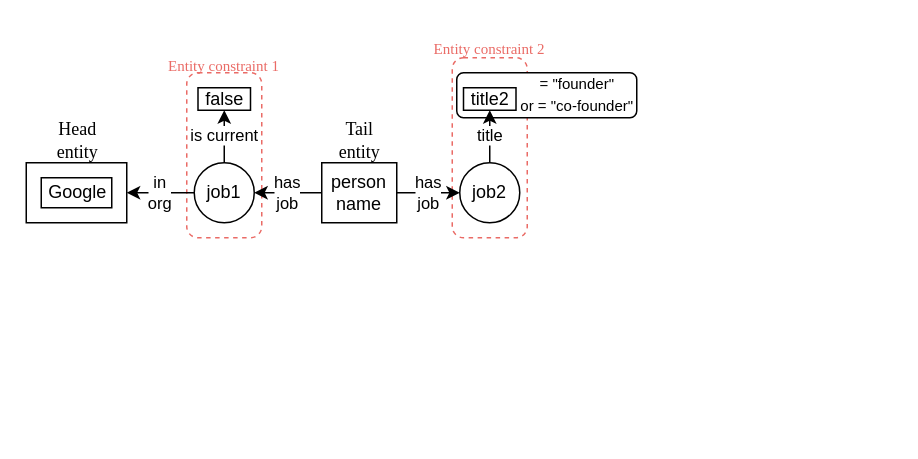
Before: complexExample.drawio in SilvesterYu/FinQA_Vis, a draw.io diagram. Source tidied: cells renumbered, new cells numbered last; positions are measured from the earlier drawing's top-left corner, leaving out a move shared by most shapes. Both pictures are drawn from the tidied source at 150%, with x=0, y=0 at pixel (26, 26).
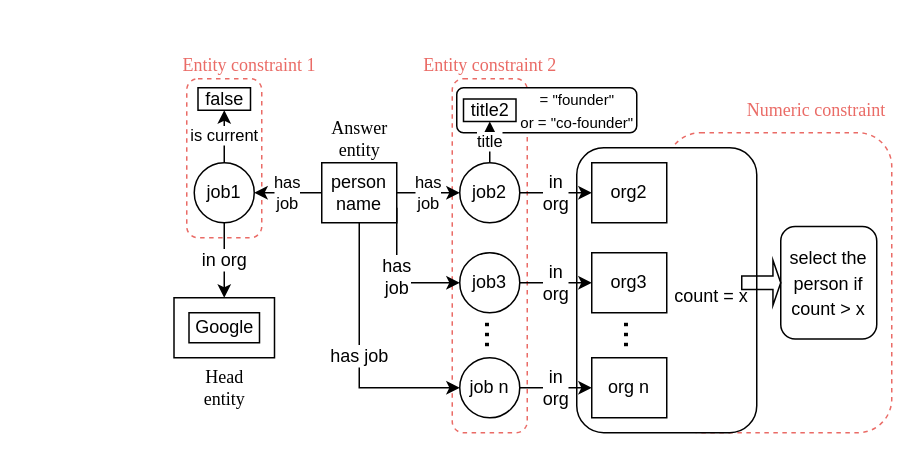
The same page after the edit.

The change refers to these unchanged cells:
```xml
<mxCell id="10" value="&lt;font face=&quot;Helvetica&quot;&gt;job1&lt;/font&gt;" style="ellipse;whiteSpace=wrap;html=1;fontFamily=Times New Roman;" parent="1" vertex="1">
  <mxGeometry x="112" y="91" width="40" height="40" as="geometry" />
</mxCell>
<mxCell id="13" value="person&lt;br&gt;name" style="rounded=0;whiteSpace=wrap;html=1;fontFamily=Helvetica;" parent="1" vertex="1">
  <mxGeometry x="197" y="91" width="50" height="40" as="geometry" />
</mxCell>
<mxCell id="15" value="false" style="rounded=0;whiteSpace=wrap;html=1;fontFamily=Helvetica;" parent="1" vertex="1">
  <mxGeometry x="114.5" y="41" width="35" height="15" as="geometry" />
</mxCell>
<mxCell id="17" value="&lt;font face=&quot;Helvetica&quot;&gt;job2&lt;/font&gt;" style="ellipse;whiteSpace=wrap;html=1;fontFamily=Times New Roman;" parent="1" vertex="1">
  <mxGeometry x="289" y="91" width="40" height="40" as="geometry" />
</mxCell>
```

Change to the diagram source:
```diff
@@
+    <mxCell id="22" style="rounded=1;whiteSpace=wrap;html=1;fontFamily=Helvetica;fontSize=10;dashed=1;strokeColor=#EA6B66;" parent="1" vertex="1">
+      <mxGeometry x="427" y="71" width="150" height="200" as="geometry" />
+    </mxCell>
+    <mxCell id="23" style="rounded=1;whiteSpace=wrap;html=1;strokeColor=#000000;fontFamily=Helvetica;fontSize=24;fontColor=#000000;" parent="1" vertex="1">
+      <mxGeometry x="367" y="81" width="120" height="190" as="geometry" />
+    </mxCell>
     <mxCell id="2" style="rounded=1;whiteSpace=wrap;html=1;fontFamily=Helvetica;fontSize=10;dashed=1;strokeColor=#EA6B66;" parent="1" vertex="1">
-      <mxGeometry x="284" y="21" width="50" height="120" as="geometry" />
+      <mxGeometry x="284" y="35" width="50" height="236" as="geometry" />
     </mxCell>
     <mxCell id="3" style="rounded=1;whiteSpace=wrap;html=1;fontFamily=Helvetica;fontSize=10;dashed=1;strokeColor=#EA6B66;" parent="1" vertex="1">
-      <mxGeometry x="107" y="31" width="50" height="110" as="geometry" />
+      <mxGeometry x="107" y="35" width="50" height="106" as="geometry" />
     </mxCell>
     <mxCell id="4" style="rounded=1;whiteSpace=wrap;html=1;fontFamily=Helvetica;" parent="1" vertex="1">
-      <mxGeometry x="287" y="31" width="120" height="30" as="geometry" />
+      <mxGeometry x="287" y="41" width="120" height="30" as="geometry" />
     </mxCell>
     <mxCell id="5" style="verticalLabelPosition=bottom;verticalAlign=top;html=1;shape=mxgraph.basic.frame;dx=10;whiteSpace=wrap;fontSize=14;fontColor=#000000;" parent="1" vertex="1">
-      <mxGeometry y="91" width="67" height="40" as="geometry" />
+      <mxGeometry x="98.5" y="181" width="67" height="40" as="geometry" />
     </mxCell>
     <mxCell id="6" value="Google" style="text;html=1;align=center;verticalAlign=middle;strokeColor=none;fillColor=none;" parent="1" vertex="1">
-      <mxGeometry x="3.5" y="96" width="60" height="30" as="geometry" />
+      <mxGeometry x="102" y="186" width="60" height="30" as="geometry" />
     </mxCell>
     <mxCell id="7" value="&lt;font face=&quot;Times New Roman&quot;&gt;Head&lt;br&gt;entity&lt;/font&gt;" style="text;html=1;align=center;verticalAlign=middle;strokeColor=none;fillColor=none;" parent="1" vertex="1">
-      <mxGeometry x="8.5" y="56" width="50" height="40" as="geometry" />
+      <mxGeometry x="107" y="221" width="50" height="40" as="geometry" />
     </mxCell>
+    <mxCell id="9" value="is current" style="edgeStyle=orthogonalEdgeStyle;rounded=0;jettySize=auto;html=1;exitX=0.5;exitY=0;exitDx=0;exitDy=0;entryX=0.5;entryY=1;entryDx=0;entryDy=0;fontFamily=Helvetica;" parent="1" edge="1" source="10" target="15">
+      <mxGeometry relative="1" as="geometry" />
+    </mxCell>
-    <mxCell id="8" value="in&lt;br&gt;org" style="edgeStyle=orthogonalEdgeStyle;rounded=0;jettySize=auto;html=1;exitX=0;exitY=0.5;exitDx=0;exitDy=0;entryX=1;entryY=0.5;entryDx=0;entryDy=0;entryPerimeter=0;fontFamily=Helvetica;" parent="1" edge="1" source="10" target="5">
+    <mxCell id="8" value="in org" style="edgeStyle=orthogonalEdgeStyle;rounded=0;jettySize=auto;html=1;exitX=0.5;exitY=1;exitDx=0;exitDy=0;entryX=0.5;entryY=0;entryDx=0;entryDy=0;entryPerimeter=0;fontFamily=Helvetica;fontSize=12;fontColor=#000000;" parent="1" edge="1" source="10" target="5">
       <mxGeometry relative="1" as="geometry" />
     </mxCell>
-    <mxCell id="9" value="is current" style="edgeStyle=orthogonalEdgeStyle;rounded=0;jettySize=auto;html=1;exitX=0.5;exitY=0;exitDx=0;exitDy=0;entryX=0.5;entryY=1;entryDx=0;entryDy=0;fontFamily=Helvetica;" parent="1" edge="1" source="10" target="15">
-      <mxGeometry relative="1" as="geometry" />
-    </mxCell>
@@
+    <mxCell id="24" value="has&lt;br&gt;job" style="edgeStyle=orthogonalEdgeStyle;rounded=0;jettySize=auto;html=1;exitX=1;exitY=0.75;exitDx=0;exitDy=0;entryX=0;entryY=0.5;entryDx=0;entryDy=0;fontFamily=Helvetica;fontSize=12;fontColor=#000000;" parent="1" edge="1" source="13" target="29">
+      <mxGeometry relative="1" as="geometry">
+        <Array as="points">
+          <mxPoint x="247" y="171" />
+        </Array>
+      </mxGeometry>
+    </mxCell>
+    <mxCell id="25" value="has job" style="edgeStyle=orthogonalEdgeStyle;rounded=0;jettySize=auto;html=1;exitX=0.5;exitY=1;exitDx=0;exitDy=0;entryX=0;entryY=0.5;entryDx=0;entryDy=0;fontFamily=Helvetica;fontSize=12;fontColor=#000000;" parent="1" edge="1" source="13" target="32">
+      <mxGeometry relative="1" as="geometry" />
+    </mxCell>
@@
-    <mxCell id="14" value="&lt;font face=&quot;Times New Roman&quot;&gt;Tail&lt;br&gt;entity&lt;/font&gt;" style="text;html=1;align=center;verticalAlign=middle;strokeColor=none;fillColor=none;" parent="1" vertex="1">
-      <mxGeometry x="197" y="56" width="50" height="40" as="geometry" />
+    <mxCell id="14" value="&lt;font face=&quot;Times New Roman&quot;&gt;Answer&lt;br&gt;entity&lt;/font&gt;" style="text;html=1;align=center;verticalAlign=middle;strokeColor=none;fillColor=none;" parent="1" vertex="1">
+      <mxGeometry x="192" y="55" width="60" height="40" as="geometry" />
     </mxCell>
@@
+    <mxCell id="26" value="&lt;font face=&quot;Helvetica&quot; style=&quot;font-size: 12px;&quot; color=&quot;#000000&quot;&gt;in&lt;br&gt;org&lt;/font&gt;" style="edgeStyle=orthogonalEdgeStyle;rounded=0;jettySize=auto;html=1;exitX=1;exitY=0.5;exitDx=0;exitDy=0;entryX=0;entryY=0.5;entryDx=0;entryDy=0;fontFamily=Times New Roman;fontSize=10;fontColor=#EA6B66;" parent="1" edge="1" source="17" target="27">
+      <mxGeometry relative="1" as="geometry" />
+    </mxCell>
@@
     <mxCell id="18" value="title2" style="rounded=0;whiteSpace=wrap;html=1;fontFamily=Helvetica;" parent="1" vertex="1">
-      <mxGeometry x="291.5" y="41" width="35" height="15" as="geometry" />
+      <mxGeometry x="291.5" y="48.5" width="35" height="15" as="geometry" />
     </mxCell>
     <mxCell id="19" value="&lt;font style=&quot;font-size: 10px;&quot;&gt;= &quot;founder&quot;&lt;br&gt;or = &quot;co-founder&quot;&lt;/font&gt;" style="text;html=1;strokeColor=none;fillColor=none;align=center;verticalAlign=middle;whiteSpace=wrap;rounded=0;fontFamily=Helvetica;" parent="1" vertex="1">
-      <mxGeometry x="326.5" y="30" width="80.5" height="30" as="geometry" />
+      <mxGeometry x="326.5" y="41" width="80.5" height="30" as="geometry" />
     </mxCell>
-    <mxCell id="20" value="&lt;font color=&quot;#ea6b66&quot; face=&quot;Times New Roman&quot;&gt;Entity constraint 1&lt;/font&gt;" style="text;html=1;strokeColor=none;fillColor=none;align=center;verticalAlign=middle;whiteSpace=wrap;rounded=0;dashed=1;fontFamily=Helvetica;fontSize=10;" parent="1" vertex="1">
-      <mxGeometry x="87" y="11" width="90" height="30" as="geometry" />
+    <mxCell id="20" value="&lt;font style=&quot;font-size: 12px;&quot; color=&quot;#ea6b66&quot; face=&quot;Times New Roman&quot;&gt;Entity constraint 1&lt;/font&gt;" style="text;html=1;strokeColor=none;fillColor=none;align=center;verticalAlign=middle;whiteSpace=wrap;rounded=0;dashed=1;fontFamily=Helvetica;fontSize=10;" parent="1" vertex="1">
+      <mxGeometry x="98.5" y="11" width="100" height="30" as="geometry" />
     </mxCell>
-    <mxCell id="21" value="&lt;font color=&quot;#ea6b66&quot; face=&quot;Times New Roman&quot;&gt;Entity constraint 2&lt;/font&gt;" style="text;html=1;strokeColor=none;fillColor=none;align=center;verticalAlign=middle;whiteSpace=wrap;rounded=0;dashed=1;fontFamily=Helvetica;fontSize=10;" parent="1" vertex="1">
-      <mxGeometry x="264" width="90" height="30" as="geometry" />
+    <mxCell id="21" value="&lt;font style=&quot;font-size: 12px;&quot; color=&quot;#ea6b66&quot; face=&quot;Times New Roman&quot;&gt;Entity constraint 2&lt;/font&gt;" style="text;html=1;strokeColor=none;fillColor=none;align=center;verticalAlign=middle;whiteSpace=wrap;rounded=0;dashed=1;fontFamily=Helvetica;fontSize=10;" parent="1" vertex="1">
+      <mxGeometry x="257.5" y="11" width="103" height="30" as="geometry" />
     </mxCell>
+    <mxCell id="27" value="org2" style="rounded=0;whiteSpace=wrap;html=1;fontFamily=Helvetica;" parent="1" vertex="1">
+      <mxGeometry x="377" y="91" width="50" height="40" as="geometry" />
+    </mxCell>
+    <mxCell id="28" value="in&lt;br&gt;org" style="edgeStyle=orthogonalEdgeStyle;rounded=0;jettySize=auto;html=1;exitX=1;exitY=0.5;exitDx=0;exitDy=0;entryX=0;entryY=0.5;entryDx=0;entryDy=0;fontFamily=Helvetica;fontSize=12;fontColor=#000000;" parent="1" edge="1" source="29" target="30">
+      <mxGeometry relative="1" as="geometry" />
+    </mxCell>
+    <mxCell id="29" value="&lt;font face=&quot;Helvetica&quot;&gt;job3&lt;/font&gt;" style="ellipse;whiteSpace=wrap;html=1;fontFamily=Times New Roman;" parent="1" vertex="1">
+      <mxGeometry x="289" y="151" width="40" height="40" as="geometry" />
+    </mxCell>
+    <mxCell id="30" value="org3" style="rounded=0;whiteSpace=wrap;html=1;fontFamily=Helvetica;" parent="1" vertex="1">
+      <mxGeometry x="377" y="151" width="50" height="40" as="geometry" />
+    </mxCell>
+    <mxCell id="31" value="in&lt;br&gt;org" style="edgeStyle=orthogonalEdgeStyle;rounded=0;jettySize=auto;html=1;exitX=1;exitY=0.5;exitDx=0;exitDy=0;entryX=0;entryY=0.5;entryDx=0;entryDy=0;fontFamily=Helvetica;fontSize=12;fontColor=#000000;" parent="1" edge="1" source="32" target="33">
+      <mxGeometry relative="1" as="geometry" />
+    </mxCell>
+    <mxCell id="32" value="&lt;font face=&quot;Helvetica&quot;&gt;job n&lt;/font&gt;" style="ellipse;whiteSpace=wrap;html=1;fontFamily=Times New Roman;" parent="1" vertex="1">
+      <mxGeometry x="289" y="221" width="40" height="40" as="geometry" />
+    </mxCell>
+    <mxCell id="33" value="org n" style="rounded=0;whiteSpace=wrap;html=1;fontFamily=Helvetica;" parent="1" vertex="1">
+      <mxGeometry x="377" y="221" width="50" height="40" as="geometry" />
+    </mxCell>
+    <mxCell id="34" value="&lt;font style=&quot;font-size: 24px;&quot;&gt;...&lt;/font&gt;" style="text;html=1;strokeColor=none;fillColor=none;align=center;verticalAlign=middle;whiteSpace=wrap;rounded=0;dashed=1;fontFamily=Helvetica;fontSize=12;fontColor=#000000;rotation=90;" parent="1" vertex="1">
+      <mxGeometry x="284" y="191" width="60" height="30" as="geometry" />
+    </mxCell>
+    <mxCell id="35" value="&lt;font style=&quot;font-size: 24px;&quot;&gt;...&lt;/font&gt;" style="text;html=1;strokeColor=none;fillColor=none;align=center;verticalAlign=middle;whiteSpace=wrap;rounded=0;dashed=1;fontFamily=Helvetica;fontSize=12;fontColor=#000000;rotation=90;" parent="1" vertex="1">
+      <mxGeometry x="377" y="191" width="60" height="30" as="geometry" />
+    </mxCell>
+    <mxCell id="36" value="&lt;span style=&quot;font-size: 12px;&quot;&gt;count = x&lt;/span&gt;" style="text;html=1;strokeColor=none;fillColor=none;align=center;verticalAlign=middle;whiteSpace=wrap;rounded=0;fontFamily=Helvetica;fontSize=24;fontColor=#000000;" parent="1" vertex="1">
+      <mxGeometry x="427" y="161" width="60" height="30" as="geometry" />
+    </mxCell>
+    <mxCell id="37" style="shape=singleArrow;whiteSpace=wrap;html=1;fontSize=14;fontColor=#000000;fillColor=none;" parent="1" vertex="1">
+      <mxGeometry x="477" y="156" width="26" height="30" as="geometry" />
+    </mxCell>
+    <mxCell id="38" value="&lt;font style=&quot;font-size: 12px;&quot;&gt;select the person if count &amp;gt; x&lt;/font&gt;" style="rounded=1;whiteSpace=wrap;html=1;fontSize=14;fontColor=#000000;fillColor=none;" parent="1" vertex="1">
+      <mxGeometry x="503" y="133.5" width="64" height="75" as="geometry" />
+    </mxCell>
+    <mxCell id="39" value="&lt;font style=&quot;font-size: 12px;&quot; color=&quot;#ea6b66&quot; face=&quot;Times New Roman&quot;&gt;Numeric constraint&lt;/font&gt;" style="text;html=1;strokeColor=none;fillColor=none;align=center;verticalAlign=middle;whiteSpace=wrap;rounded=0;dashed=1;fontFamily=Helvetica;fontSize=10;" parent="1" vertex="1">
+      <mxGeometry x="477" y="41" width="100" height="30" as="geometry" />
+    </mxCell>
```
